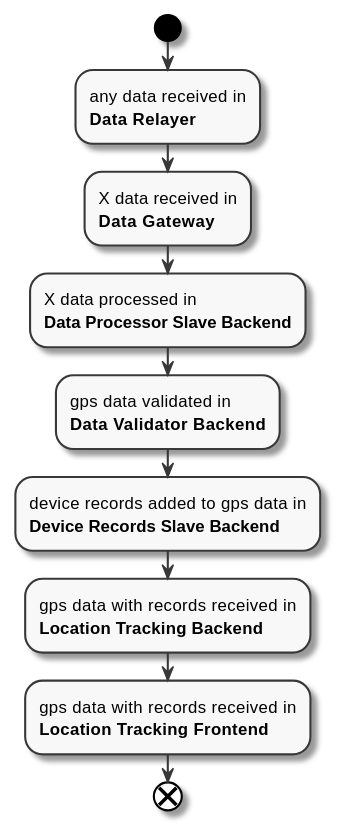
Earlier version of the PlantUML export docs/diagrams/data-flow.svg (FilipeMCruz/sensae-console).
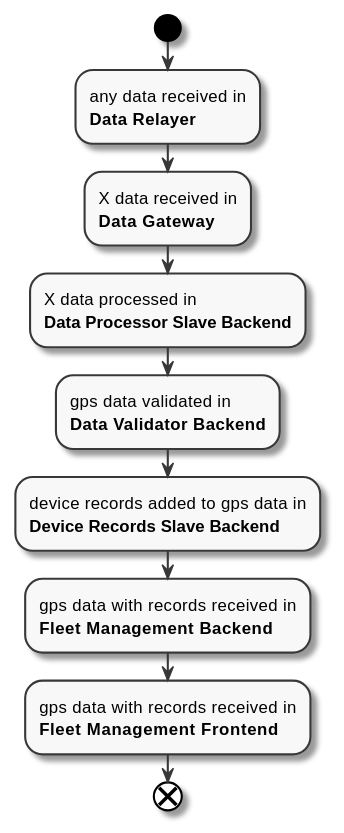
Later version of the same file.

Diff of the diagram source:
```diff
@@ -8,8 +8,8 @@
 :X data processed in\n**Data Processor Slave Backend**;
 :gps data validated in\n**Data Validator Backend**;
 :device records added to gps data in\n**Device Records Slave Backend**;
-:gps data with records received in\n**Location Tracking Backend**;
-:gps data with records received in\n**Location Tracking Frontend**;
+:gps data with records received in\n**Fleet Management Backend**;
+:gps data with records received in\n**Fleet Management Frontend**;
 end
 
 @enduml
```
